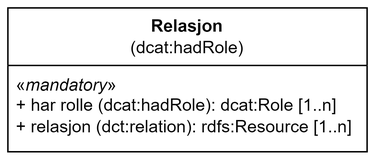
Informasjonsforvaltning/dcat-ap-no keeps this draw.io diagram as docs/images/Klassen-Relasjon.png. Above is the earlier version. Source tidied: cells renumbered, new cells last; positions are measured from the earlier drawing's top-left corner, leaving out a move shared by most shapes. Its diagram source:
```xml
<mxGraphModel>
  <root>
    <mxCell id="0" />
    <mxCell id="1" parent="0" />
    <mxCell id="2" value="&lt;span style=&quot;background-color: initial;&quot;&gt;Relasjon&lt;br&gt;&lt;/span&gt;&lt;span style=&quot;background-color: initial;&quot;&gt;&lt;span style=&quot;font-weight: normal;&quot;&gt;(&lt;/span&gt;&lt;span style=&quot;font-weight: 400;&quot;&gt;dcat:hadRole&lt;/span&gt;&lt;span style=&quot;font-weight: normal;&quot;&gt;)&lt;/span&gt;&lt;/span&gt;" style="swimlane;whiteSpace=wrap;html=1;startSize=40;" parent="1" vertex="1">
      <mxGeometry width="250" height="100" as="geometry" />
    </mxCell>
    <mxCell id="3" value="&lt;div&gt;«&lt;i&gt;mandatory&lt;/i&gt;»&lt;/div&gt;&lt;div&gt;&lt;div&gt;+ har rolle (dcat:hadRole): dcat:Role [1..n]&lt;/div&gt;&lt;div&gt;+ relasjon (dct:relation): rdfs:Resource [1..n]&lt;/div&gt;&lt;/div&gt;" style="text;strokeColor=none;fillColor=none;align=left;verticalAlign=top;spacingLeft=4;spacingRight=4;overflow=hidden;whiteSpace=wrap;html=1;" parent="2" vertex="1">
      <mxGeometry y="40" width="250" height="60" as="geometry" />
    </mxCell>
  </root>
</mxGraphModel>
```
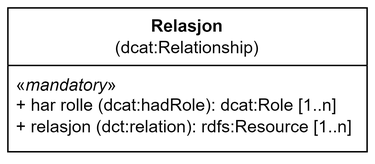
After the commit.

Commit message:
Oppdaterer tegninger

The edit, as a diff of the source:
```diff
@@ -2,7 +2,7 @@
   <root>
     <mxCell id="0" />
     <mxCell id="1" parent="0" />
-    <mxCell id="2" value="&lt;span style=&quot;background-color: initial;&quot;&gt;Relasjon&lt;br&gt;&lt;/span&gt;&lt;span style=&quot;background-color: initial;&quot;&gt;&lt;span style=&quot;font-weight: normal;&quot;&gt;(&lt;/span&gt;&lt;span style=&quot;font-weight: 400;&quot;&gt;dcat:hadRole&lt;/span&gt;&lt;span style=&quot;font-weight: normal;&quot;&gt;)&lt;/span&gt;&lt;/span&gt;" style="swimlane;whiteSpace=wrap;html=1;startSize=40;" parent="1" vertex="1">
+    <mxCell id="2" value="&lt;span style=&quot;background-color: initial;&quot;&gt;Relasjon&lt;br&gt;&lt;/span&gt;&lt;span style=&quot;background-color: initial;&quot;&gt;&lt;span style=&quot;font-weight: normal;&quot;&gt;(dcat:Relationship)&lt;/span&gt;&lt;/span&gt;" style="swimlane;whiteSpace=wrap;html=1;startSize=40;" parent="1" vertex="1">
       <mxGeometry width="250" height="100" as="geometry" />
     </mxCell>
     <mxCell id="3" value="&lt;div&gt;«&lt;i&gt;mandatory&lt;/i&gt;»&lt;/div&gt;&lt;div&gt;&lt;div&gt;+ har rolle (dcat:hadRole): dcat:Role [1..n]&lt;/div&gt;&lt;div&gt;+ relasjon (dct:relation): rdfs:Resource [1..n]&lt;/div&gt;&lt;/div&gt;" style="text;strokeColor=none;fillColor=none;align=left;verticalAlign=top;spacingLeft=4;spacingRight=4;overflow=hidden;whiteSpace=wrap;html=1;" parent="2" vertex="1">
```
